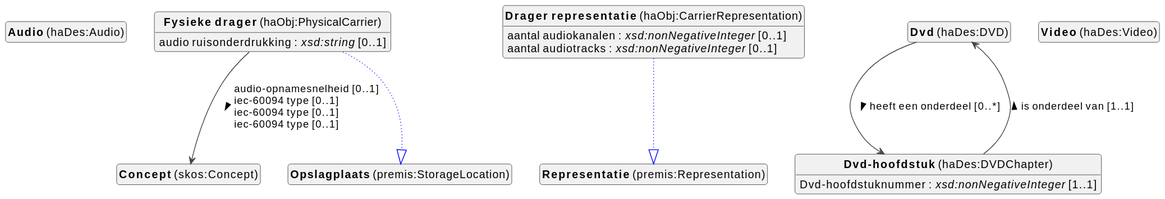
This is docs/metadata/knowledge-graph/0.0.1/audiovisual/nl/audiovisual-diagram.svg from viaacode/documentation-jekyll, a PlantUML export, as it was before one commit.
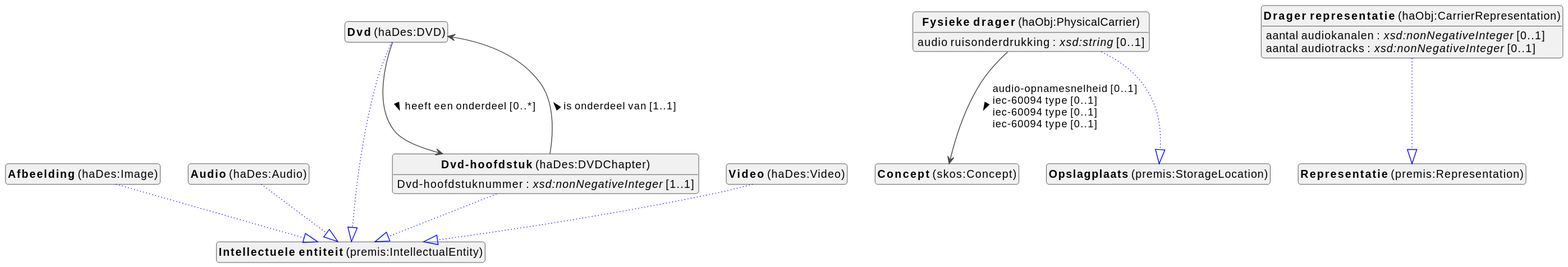
Above is the later version.

Diff of the diagram source:
```diff
@@ -10,16 +10,26 @@
 top to bottom direction
 
 
+class "<b>Afbeelding</b> (haDes:Image)" as haDes_Image [[#haDes%3AImage]]
+class "<b>Intellectuele entiteit</b> (premis:IntellectualEntity)" as premis_IntellectualEntity [[#premis%3AIntellectualEntity]]
 class "<b>Audio</b> (haDes:Audio)" as haDes_Audio [[#haDes%3AAudio]]
+class "<b>Intellectuele entiteit</b> (premis:IntellectualEntity)" as premis_IntellectualEntity [[#premis%3AIntellectualEntity]]
 class "<b>Concept</b> (skos:Concept)" as skos_Concept [[../../terms/nl#skos%3AConcept]]
 class "<b>Drager representatie</b> (haObj:CarrierRepresentation)" as haObj_CarrierRepresentation [[#haObj%3ACarrierRepresentation]]
 class "<b>Representatie</b> (premis:Representation)" as premis_Representation [[#premis%3ARepresentation]]
 class "<b>Dvd</b> (haDes:DVD)" as haDes_DVD [[#haDes%3ADVD]]
+class "<b>Intellectuele entiteit</b> (premis:IntellectualEntity)" as premis_IntellectualEntity [[#premis%3AIntellectualEntity]]
 class "<b>Dvd-hoofdstuk</b> (haDes:DVDChapter)" as haDes_DVDChapter [[#haDes%3ADVDChapter]]
+class "<b>Intellectuele entiteit</b> (premis:IntellectualEntity)" as premis_IntellectualEntity [[#premis%3AIntellectualEntity]]
 class "<b>Fysieke drager</b> (haObj:PhysicalCarrier)" as haObj_PhysicalCarrier [[#haObj%3APhysicalCarrier]]
 class "<b>Opslagplaats</b> (premis:StorageLocation)" as premis_StorageLocation [[#premis%3AStorageLocation]]
 class "<b>Video</b> (haDes:Video)" as haDes_Video [[#haDes%3AVideo]]
+class "<b>Intellectuele entiteit</b> (premis:IntellectualEntity)" as premis_IntellectualEntity [[#premis%3AIntellectualEntity]]
 
+haDes_Image --|> premis_IntellectualEntity #blue;line.dotted;text:blue
+
+
+haDes_Audio --|> premis_IntellectualEntity #blue;line.dotted;text:blue
 
 
 
@@ -30,9 +40,11 @@
 haObj_CarrierRepresentation : aantal audiotracks : <i>xsd:nonNegativeInteger</i> [0..1]
 
 
+haDes_DVD --|> premis_IntellectualEntity #blue;line.dotted;text:blue
 
 haDes_DVD --> haDes_DVDChapter :heeft een onderdeel [0..*]  >
 
+haDes_DVDChapter --|> premis_IntellectualEntity #blue;line.dotted;text:blue
 
 haDes_DVDChapter : Dvd-hoofdstuknummer : <i>xsd:nonNegativeInteger</i> [1..1]
 haDes_DVDChapter --> haDes_DVD :is onderdeel van [1..1]  >
@@ -44,6 +56,7 @@
 haObj_PhysicalCarrier --> skos_Concept :audio-opnamesnelheid [0..1]  \liec-60094 type [0..1]  \liec-60094 type [0..1]  \liec-60094 type [0..1]  >
 
 
+haDes_Video --|> premis_IntellectualEntity #blue;line.dotted;text:blue
 
 
 
```
